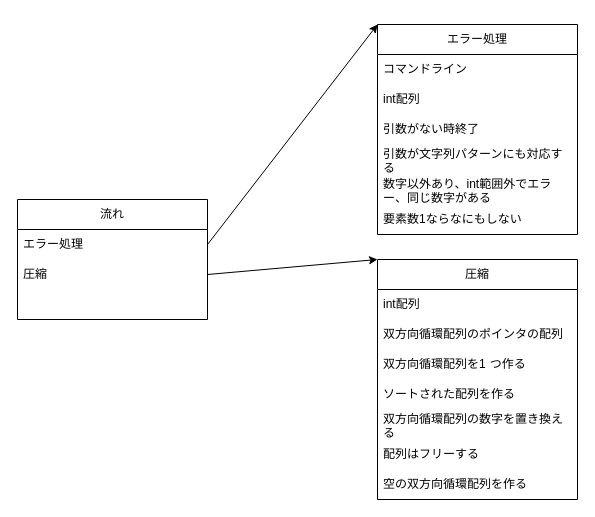
Earlier version of the draw.io diagram pw.drawio (rk0730/push_swap_42). Source tidied: cells renumbered, new cells numbered last; positions are measured from the earlier drawing's top-left corner, leaving out a move shared by most shapes. Both pictures are drawn from the tidied source at 100%, with x=0, y=0 at pixel (17, 24).
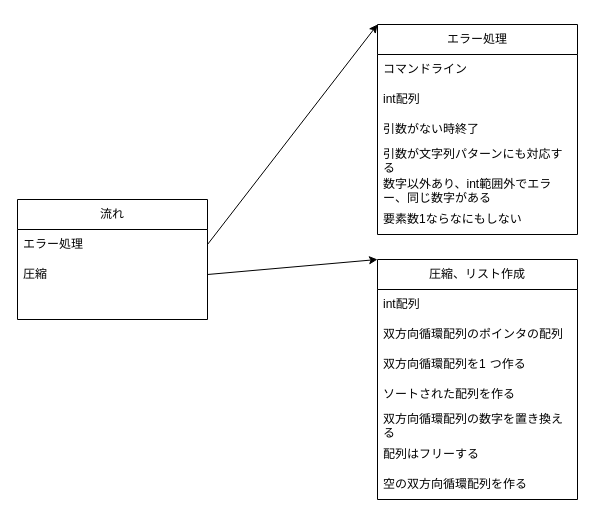
After the change.

Change to the diagram source:
```diff
@@
-    <mxCell id="6" value="圧縮" style="swimlane;fontStyle=0;horizontal=1;startSize=30;whiteSpace=wrap;html=1;" parent="1" vertex="1">
+    <mxCell id="6" value="圧縮、リスト作成" style="swimlane;fontStyle=0;horizontal=1;startSize=30;whiteSpace=wrap;html=1;" parent="1" vertex="1">
       <mxGeometry x="360" y="235" width="200" height="240" as="geometry" />
     </mxCell>
```
